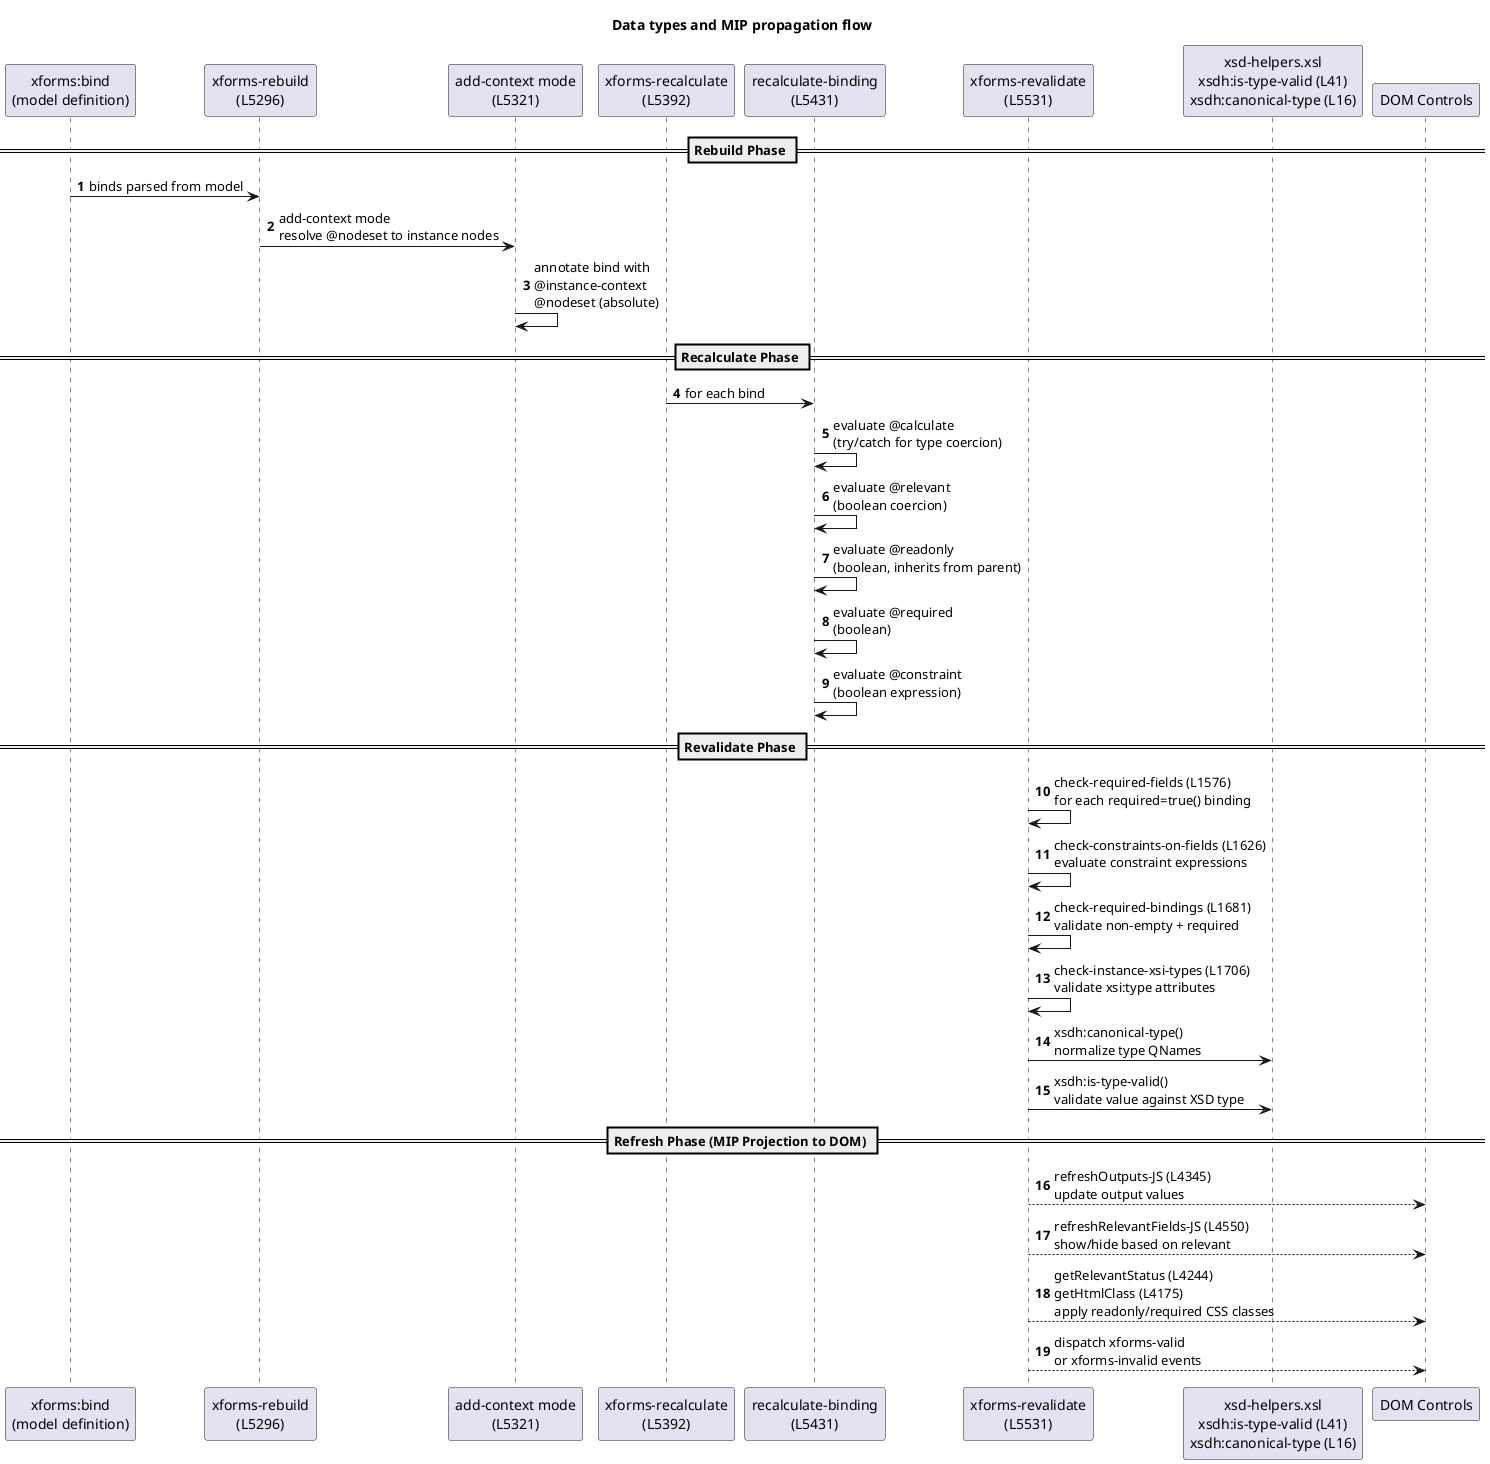
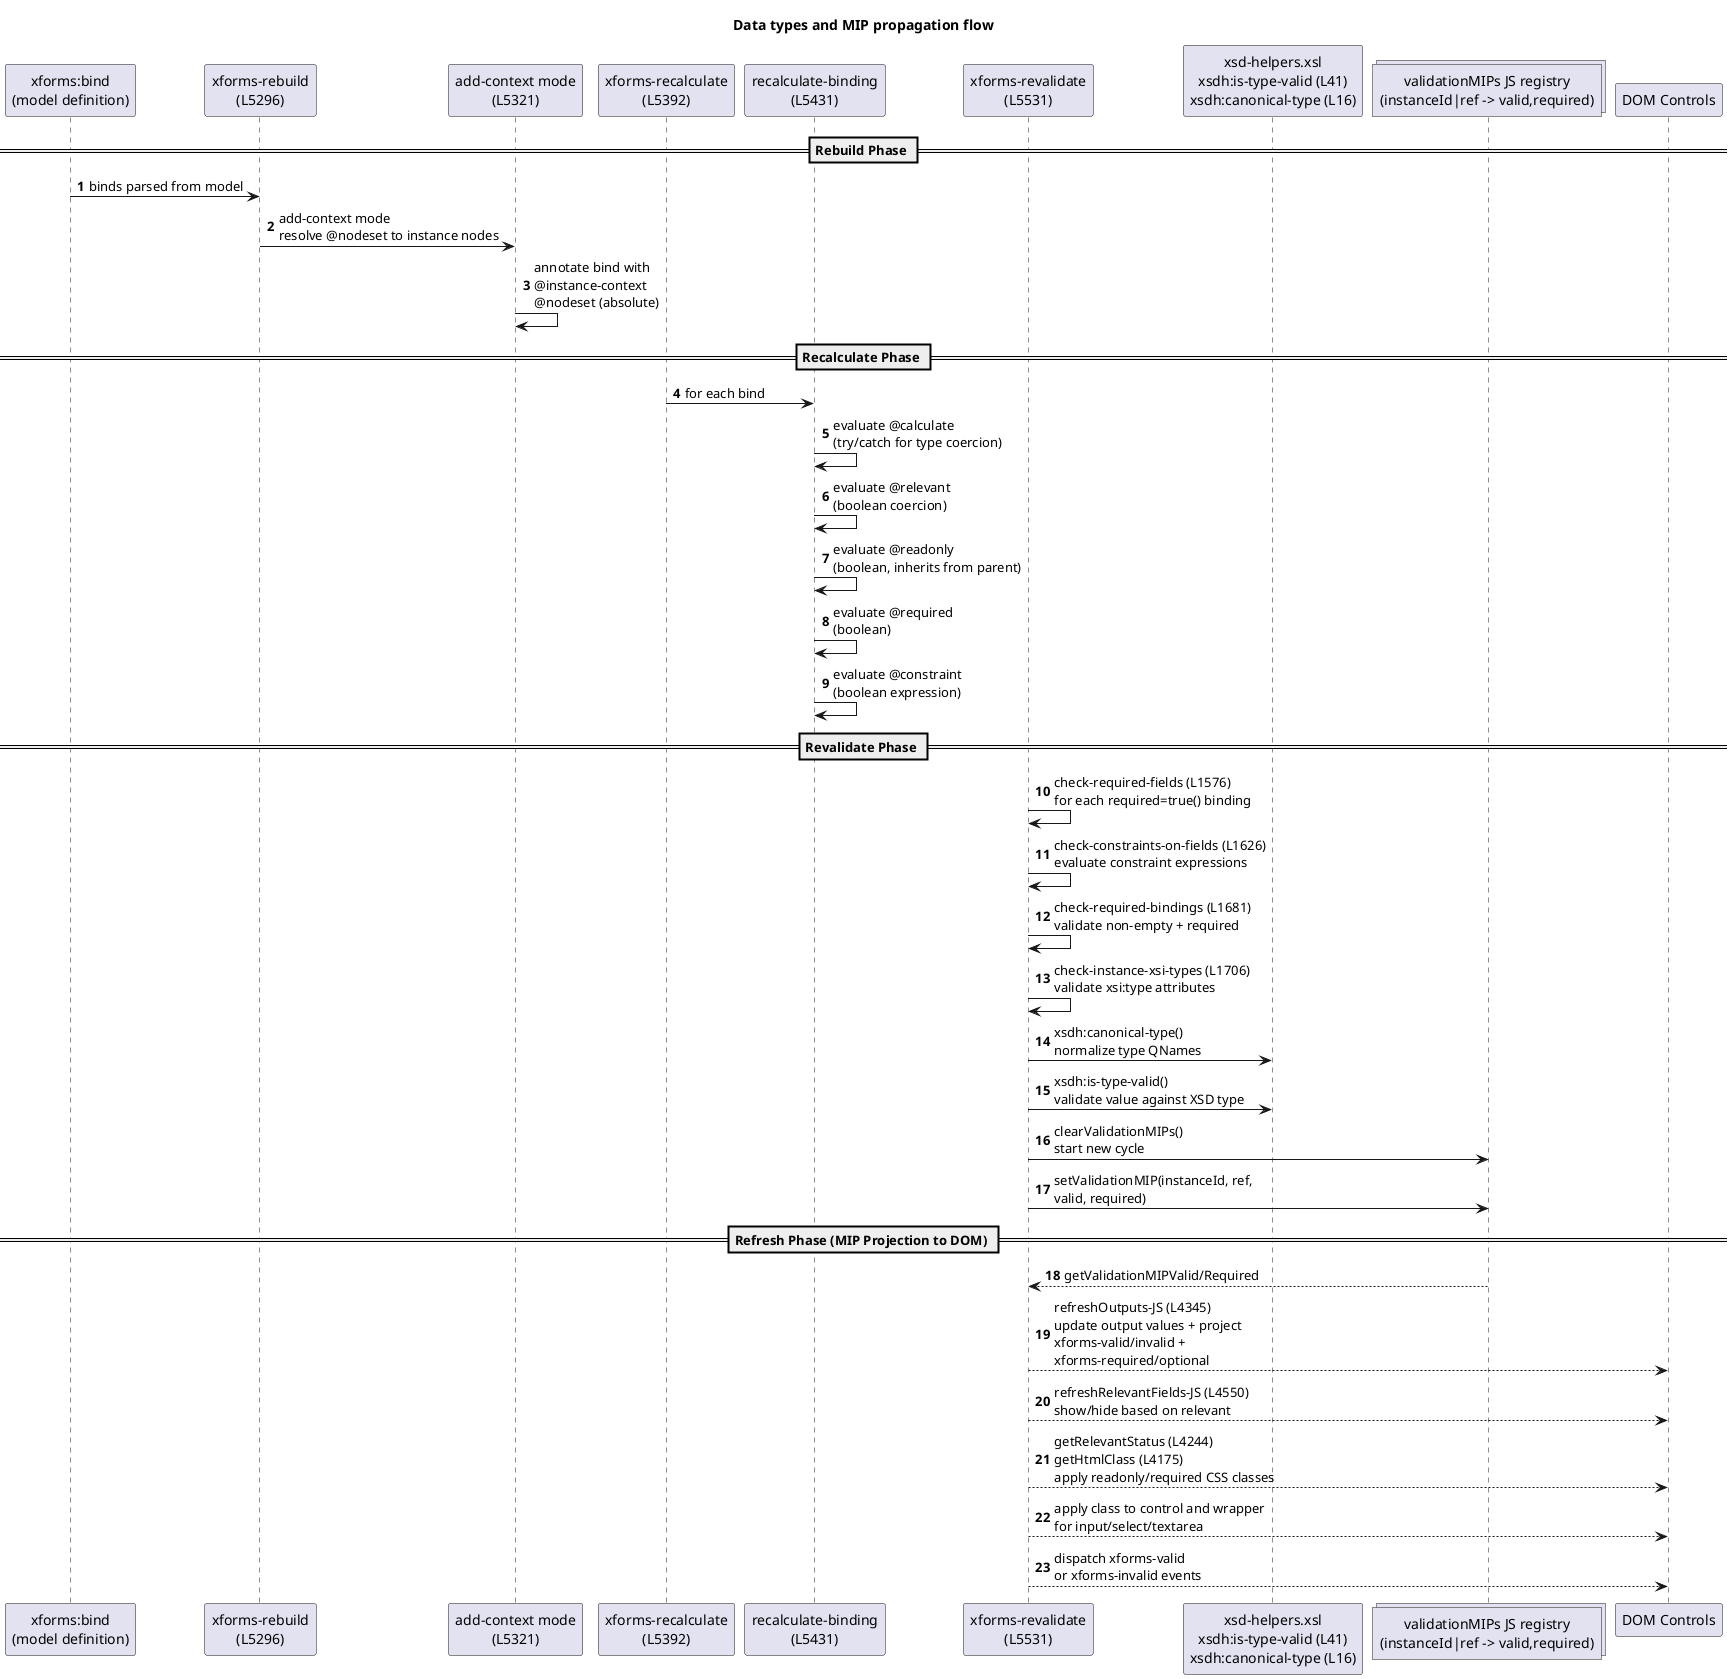
@startuml
title Data types and MIP propagation flow
autonumber

participant "xforms:bind\n(model definition)" as BIND
participant "xforms-rebuild\n(L5296)" as REBUILD
participant "add-context mode\n(L5321)" as ADDCTX
participant "xforms-recalculate\n(L5392)" as RECALC
participant "recalculate-binding\n(L5431)" as RECALC_BIND
participant "xforms-revalidate\n(L5531)" as REVAL
participant "xsd-helpers.xsl\nxsdh:is-type-valid (L41)\nxsdh:canonical-type (L16)" as XSD
+ collections "validationMIPs JS registry\n(instanceId|ref -> valid,required)" as VMIP
participant "DOM Controls" as DOM

== Rebuild Phase ==
BIND -> REBUILD : binds parsed from model
REBUILD -> ADDCTX : add-context mode\nresolve @nodeset to instance nodes
ADDCTX -> ADDCTX : annotate bind with\n@instance-context\n@nodeset (absolute)

== Recalculate Phase ==
RECALC -> RECALC_BIND : for each bind
RECALC_BIND -> RECALC_BIND : evaluate @calculate\n(try/catch for type coercion)
RECALC_BIND -> RECALC_BIND : evaluate @relevant\n(boolean coercion)
RECALC_BIND -> RECALC_BIND : evaluate @readonly\n(boolean, inherits from parent)
RECALC_BIND -> RECALC_BIND : evaluate @required\n(boolean)
RECALC_BIND -> RECALC_BIND : evaluate @constraint\n(boolean expression)

== Revalidate Phase ==
REVAL -> REVAL : check-required-fields (L1576)\nfor each required=true() binding
REVAL -> REVAL : check-constraints-on-fields (L1626)\nevaluate constraint expressions
REVAL -> REVAL : check-required-bindings (L1681)\nvalidate non-empty + required
REVAL -> REVAL : check-instance-xsi-types (L1706)\nvalidate xsi:type attributes
REVAL -> XSD : xsdh:canonical-type()\nnormalize type QNames
REVAL -> XSD : xsdh:is-type-valid()\nvalidate value against XSD type
+ REVAL -> VMIP : clearValidationMIPs()\nstart new cycle
+ REVAL -> VMIP : setValidationMIP(instanceId, ref,\nvalid, required)

== Refresh Phase (MIP Projection to DOM) ==
- REVAL --> DOM : refreshOutputs-JS (L4345)\nupdate output values
+ VMIP --> REVAL : getValidationMIPValid/Required
+ REVAL --> DOM : refreshOutputs-JS (L4345)\nupdate output values + project\nxforms-valid/invalid +\nxforms-required/optional
REVAL --> DOM : refreshRelevantFields-JS (L4550)\nshow/hide based on relevant
REVAL --> DOM : getRelevantStatus (L4244)\ngetHtmlClass (L4175)\napply readonly/required CSS classes
+ REVAL --> DOM : apply class to control and wrapper\nfor input/select/textarea
REVAL --> DOM : dispatch xforms-valid\nor xforms-invalid events
@enduml
